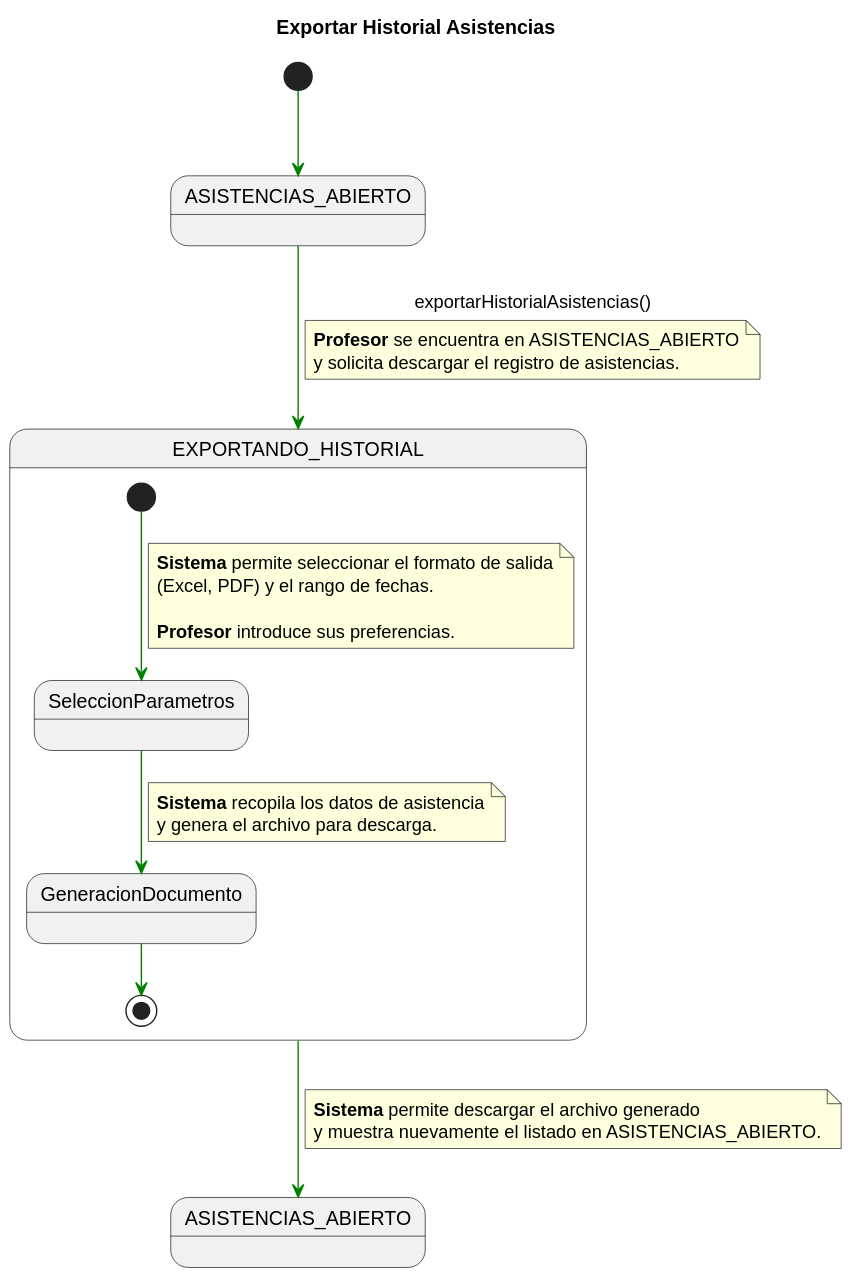
Earlier version of the PlantUML export documents/CasosDeUso/DetalladoCasosDeUso/Profesor/exportarHistorialAsistencias.svg (enmabry/25-26-IdSw1-SdR).
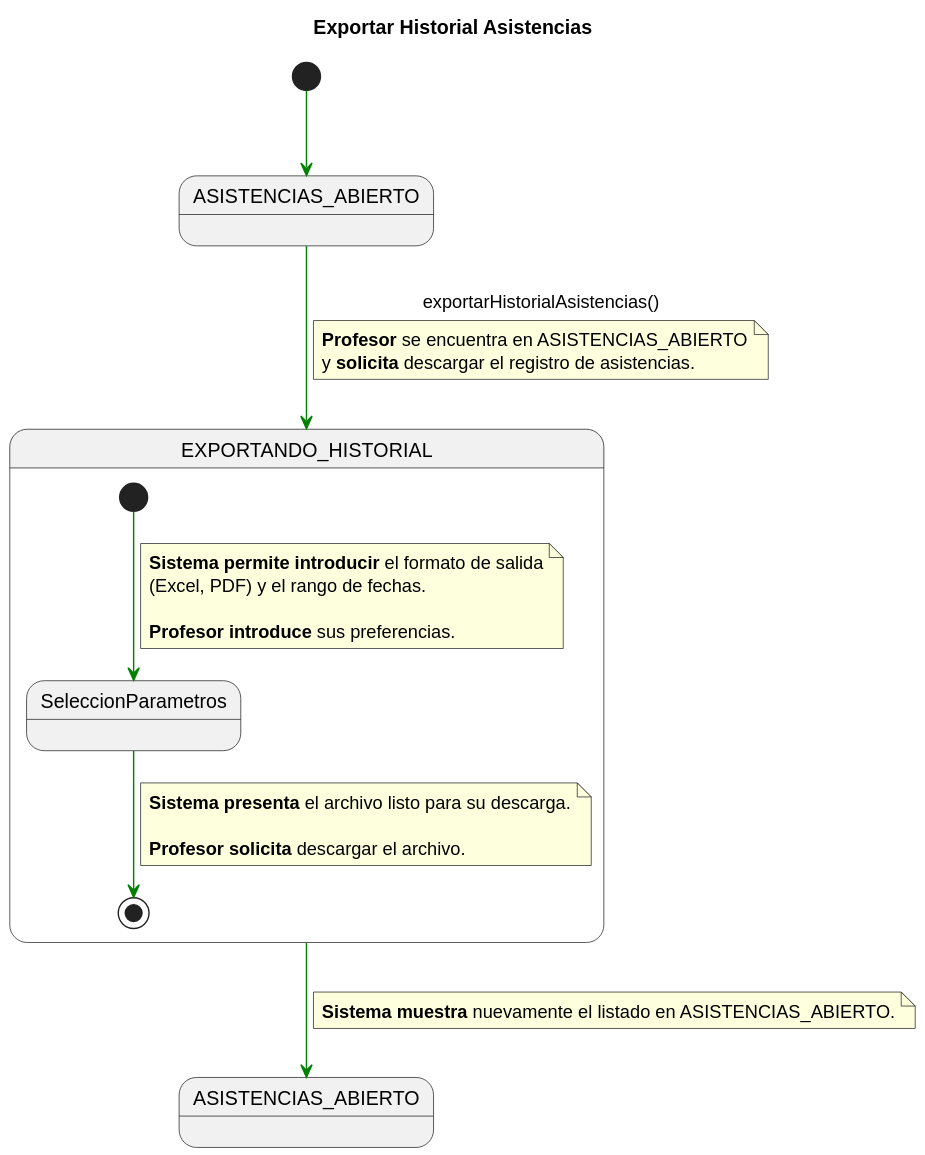
The same diagram one commit later.

Diff of the diagram source:
```diff
@@ -11,34 +11,31 @@
 ASISTENCIAS_ABIERTO_INICIAL -[#green]-> PROCESO_EXPORTACION_COMP : exportarHistorialAsistencias()
 note on link
 <b>Profesor</b> se encuentra en ASISTENCIAS_ABIERTO
-y solicita descargar el registro de asistencias.
+y <b>solicita</b> descargar el registro de asistencias.
 end note
 
 state PROCESO_EXPORTACION_COMP {
 
     state SeleccionParametros
-    state GeneracionDocumento
 
     [*] -[#green]-> SeleccionParametros
     note on link
-    <b>Sistema</b> permite seleccionar el formato de salida
+    <b>Sistema permite introducir</b> el formato de salida
     (Excel, PDF) y el rango de fechas.
 
-    <b>Profesor</b> introduce sus preferencias.
+    <b>Profesor introduce</b> sus preferencias.
     end note
 
-    SeleccionParametros -[#green]-> GeneracionDocumento
+    SeleccionParametros -[#green]-> [*]
     note on link
-    <b>Sistema</b> recopila los datos de asistencia
-    y genera el archivo para descarga.
+    <b>Sistema presenta</b> el archivo listo para su descarga.
+
+    <b>Profesor solicita</b> descargar el archivo.
     end note
-
-    GeneracionDocumento -[#green]-> [*]
 }
 
 PROCESO_EXPORTACION_COMP -[#green]-> ASISTENCIAS_ABIERTO_FINAL
 note on link
-<b>Sistema</b> permite descargar el archivo generado
-y muestra nuevamente el listado en ASISTENCIAS_ABIERTO.
+<b>Sistema muestra</b> nuevamente el listado en ASISTENCIAS_ABIERTO.
 end note
 @enduml
```
